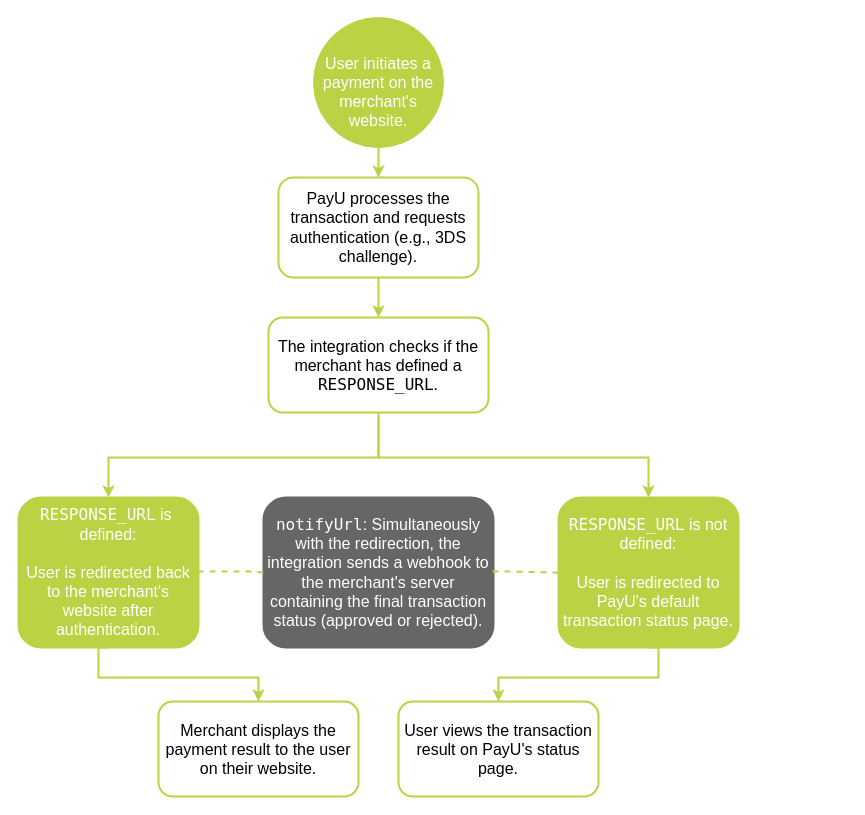
Before: layouts/shortcodes/3dsAuth/3dsflow.drawio in tatianaacostag/DevelopersDoc_site, a draw.io diagram. Source tidied: cells renumbered, new cells numbered last; positions are measured from the earlier drawing's top-left corner, leaving out a move shared by most shapes. Both pictures are drawn from the tidied source at 100%, with x=0, y=0 at pixel (18, 17).
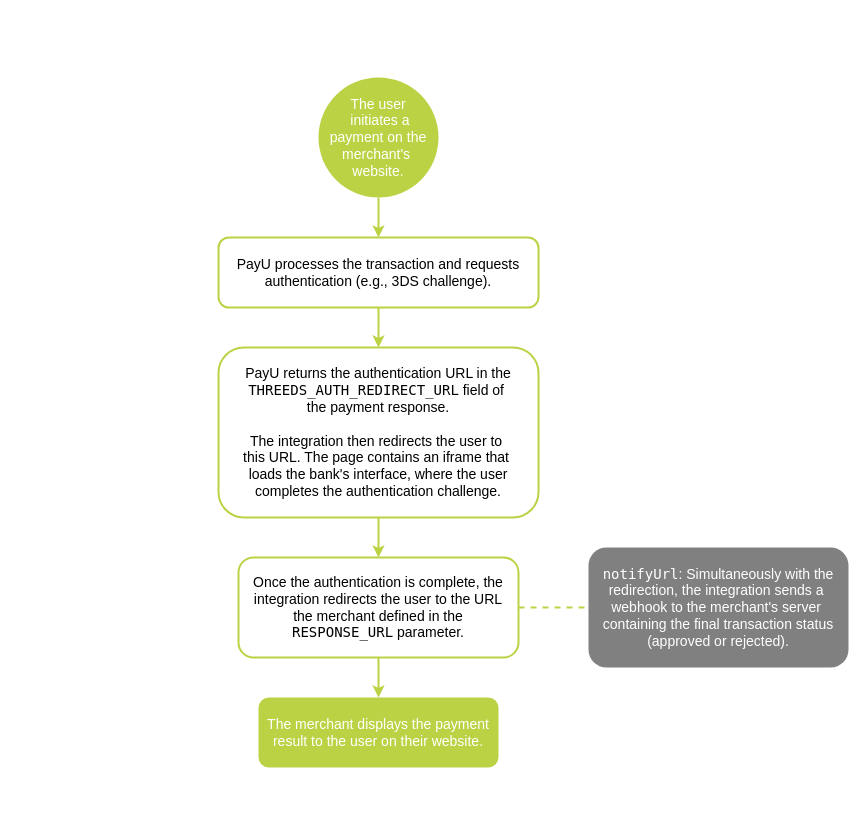
After the change.

Diff of the diagram source:
```diff
@@
-    <mxCell id="2" style="edgeStyle=orthogonalEdgeStyle;rounded=0;jettySize=auto;html=1;exitX=0.5;exitY=1;exitDx=0;exitDy=0;entryX=0.5;entryY=0;entryDx=0;entryDy=0;strokeColor=#BCD245;strokeWidth=2;" parent="1" edge="1" source="7" target="4">
-      <mxGeometry relative="1" as="geometry" />
-    </mxCell>
-    <mxCell id="3" style="edgeStyle=orthogonalEdgeStyle;rounded=0;jettySize=auto;html=1;exitX=0.5;exitY=1;exitDx=0;exitDy=0;entryX=0.5;entryY=0;entryDx=0;entryDy=0;strokeColor=#BCD245;strokeWidth=2;" parent="1" edge="1" source="4" target="5">
-      <mxGeometry relative="1" as="geometry" />
-    </mxCell>
+    <mxCell id="18" style="edgeStyle=orthogonalEdgeStyle;rounded=0;jettySize=auto;html=1;entryX=0.5;entryY=0;entryDx=0;entryDy=0;strokeColor=#BCD245;strokeWidth=2;" parent="1" edge="1" source="19" target="4">
+      <mxGeometry relative="1" as="geometry" />
+    </mxCell>
+    <mxCell id="19" value="&lt;font style=&quot;color: rgb(255, 255, 255); font-size: 14px;&quot;&gt;The user&lt;/font&gt;&lt;div&gt;&lt;font style=&quot;color: rgb(255, 255, 255); font-size: 14px;&quot;&gt;&amp;nbsp;initiates a payment&amp;nbsp;&lt;/font&gt;&lt;span style=&quot;color: light-dark(rgb(255, 255, 255), rgb(18, 18, 18)); font-size: 14px; background-color: transparent;&quot;&gt;on the merchant's&amp;nbsp;&lt;/span&gt;&lt;/div&gt;&lt;div&gt;&lt;font style=&quot;color: rgb(255, 255, 255); font-size: 14px;&quot;&gt;website.&lt;/font&gt;&lt;/div&gt;" style="ellipse;whiteSpace=wrap;html=1;fillColor=#BCD245;strokeColor=none;" parent="1" vertex="1">
+      <mxGeometry x="300" y="60" width="120" height="120" as="geometry" />
+    </mxCell>
+    <mxCell id="20" style="edgeStyle=orthogonalEdgeStyle;rounded=0;jettySize=auto;html=1;exitX=0.5;exitY=1;exitDx=0;exitDy=0;strokeWidth=2;strokeColor=#BCD245;" parent="1" edge="1" source="4" target="22">
+      <mxGeometry relative="1" as="geometry" />
+    </mxCell>
-    <mxCell id="4" value="&lt;font style=&quot;font-size: 16px;&quot;&gt;PayU processes the transaction and requests authentication (e.g., 3DS challenge).&lt;/font&gt;" style="rounded=1;whiteSpace=wrap;html=1;strokeColor=#BCD245;strokeWidth=2;" parent="1" vertex="1">
-      <mxGeometry x="260" y="160" width="200" height="100" as="geometry" />
+    <mxCell id="4" value="&lt;font style=&quot;font-size: 14px;&quot;&gt;PayU processes the transaction and requests authentication (e.g., 3DS challenge).&lt;/font&gt;" style="rounded=1;whiteSpace=wrap;html=1;strokeColor=#BCD245;strokeWidth=2;" parent="1" vertex="1">
+      <mxGeometry x="200" y="220" width="320" height="70" as="geometry" />
     </mxCell>
-    <mxCell id="5" value="&lt;font style=&quot;font-size: 16px;&quot;&gt;&lt;font style=&quot;&quot; face=&quot;Arial, sans-serif&quot;&gt;The integration checks if the merchant has defined a &lt;/font&gt;&lt;font style=&quot;&quot; face=&quot;Lucida Console&quot;&gt;RESPONSE_URL&lt;/font&gt;&lt;font style=&quot;&quot; face=&quot;Arial, sans-serif&quot;&gt;.&lt;/font&gt;&lt;/font&gt;" style="rounded=1;whiteSpace=wrap;html=1;strokeColor=#BCD245;strokeWidth=2;" parent="1" vertex="1">
-      <mxGeometry x="250" y="300" width="220" height="95" as="geometry" />
-    </mxCell>
-    <mxCell id="6" style="edgeStyle=orthogonalEdgeStyle;rounded=0;jettySize=auto;html=1;entryX=0.5;entryY=1;entryDx=0;entryDy=0;strokeColor=#BCD245;endArrow=none;endFill=0;strokeWidth=2;exitX=0.5;exitY=0;exitDx=0;exitDy=0;startArrow=classic;startFill=1;" parent="1" edge="1" source="8" target="5">
-      <mxGeometry relative="1" as="geometry">
-        <Array as="points">
-          <mxPoint x="90" y="440" />
-          <mxPoint x="360" y="440" />
-        </Array>
-      </mxGeometry>
-    </mxCell>
-    <mxCell id="7" value="&lt;div&gt;&lt;font style=&quot;font-size: 16px;&quot; color=&quot;#ffffff&quot;&gt;&lt;br&gt;&lt;/font&gt;&lt;/div&gt;&lt;font style=&quot;font-size: 16px;&quot; color=&quot;#ffffff&quot;&gt;User initiates a payment on the merchant's website.&lt;/font&gt;" style="ellipse;whiteSpace=wrap;html=1;strokeColor=#BCD245;fillColor=#BCD245;" parent="1" vertex="1">
-      <mxGeometry x="295" width="130" height="130" as="geometry" />
-    </mxCell>
-    <mxCell id="8" value="&lt;div&gt;&lt;font style=&quot;font-size: 16px;&quot; color=&quot;#ffffff&quot;&gt;&lt;font style=&quot;&quot; face=&quot;Lucida Console&quot;&gt;RESPONSE_URL&lt;/font&gt;&lt;font style=&quot;&quot; face=&quot;Arial, sans-serif&quot;&gt; is&amp;nbsp;&lt;/font&gt;&lt;/font&gt;&lt;/div&gt;&lt;div&gt;&lt;font style=&quot;font-size: 16px;&quot; color=&quot;#ffffff&quot;&gt;&lt;font style=&quot;&quot; face=&quot;Arial, sans-serif&quot;&gt;defined:&lt;/font&gt;&lt;/font&gt;&lt;div&gt;&lt;font style=&quot;font-size: 16px;&quot; color=&quot;#ffffff&quot;&gt;&lt;br style=&quot;font-family: Arial, sans-serif;&quot;&gt;&lt;span style=&quot;font-family: Arial, sans-serif;&quot;&gt;User is redirected back to the merchant's website after authentication.&lt;/span&gt;&lt;/font&gt;&lt;/div&gt;&lt;/div&gt;" style="rounded=1;whiteSpace=wrap;html=1;strokeColor=#BCD245;strokeWidth=2;fillColor=#BCD245;" parent="1" vertex="1">
-      <mxGeometry y="480" width="180" height="150" as="geometry" />
-    </mxCell>
-    <mxCell id="9" style="edgeStyle=orthogonalEdgeStyle;rounded=0;jettySize=auto;html=1;strokeColor=#BCD245;endArrow=none;endFill=0;strokeWidth=2;exitX=0.5;exitY=0;exitDx=0;exitDy=0;startArrow=classic;startFill=1;" parent="1" edge="1" source="10">
-      <mxGeometry relative="1" as="geometry">
-        <mxPoint x="360" y="400" as="targetPoint" />
-        <Array as="points">
-          <mxPoint x="630" y="440" />
-          <mxPoint x="360" y="440" />
-        </Array>
-      </mxGeometry>
-    </mxCell>
-    <mxCell id="10" value="&lt;div&gt;&lt;font style=&quot;font-size: 16px;&quot; color=&quot;#ffffff&quot;&gt;&lt;font style=&quot;&quot; face=&quot;Lucida Console&quot;&gt;RESPONSE_URL&lt;/font&gt;&lt;font style=&quot;&quot; face=&quot;Arial, sans-serif&quot;&gt; is not defined:&lt;/font&gt;&lt;/font&gt;&lt;div&gt;&lt;font style=&quot;font-size: 16px;&quot; color=&quot;#ffffff&quot;&gt;&lt;br style=&quot;font-family: Arial, sans-serif;&quot;&gt;&lt;span style=&quot;font-family: Arial, sans-serif;&quot;&gt;User is redirected to PayU's default transaction status page&lt;/span&gt;&lt;span style=&quot;font-family: Arial, sans-serif;&quot;&gt;.&lt;/span&gt;&lt;/font&gt;&lt;/div&gt;&lt;/div&gt;" style="rounded=1;whiteSpace=wrap;html=1;strokeColor=#BCD245;strokeWidth=2;fillColor=#BCD245;" parent="1" vertex="1">
-      <mxGeometry x="540" y="480" width="180" height="150" as="geometry" />
-    </mxCell>
-    <mxCell id="11" value="&lt;span style=&quot;font-family: Arial, sans-serif; font-size: medium;&quot;&gt;Merchant displays the payment result to the user on their website.&lt;/span&gt;" style="rounded=1;whiteSpace=wrap;html=1;strokeColor=#BCD245;strokeWidth=2;" parent="1" vertex="1">
-      <mxGeometry x="140" y="684" width="200" height="95" as="geometry" />
-    </mxCell>
-    <mxCell id="12" style="edgeStyle=orthogonalEdgeStyle;rounded=0;jettySize=auto;html=1;entryX=0.5;entryY=0;entryDx=0;entryDy=0;strokeColor=#BCD245;strokeWidth=2;exitX=0.5;exitY=1;exitDx=0;exitDy=0;" parent="1" edge="1" source="8" target="11">
-      <mxGeometry relative="1" as="geometry">
-        <Array as="points">
-          <mxPoint x="80" y="660" />
-          <mxPoint x="240" y="660" />
-        </Array>
-      </mxGeometry>
-    </mxCell>
-    <mxCell id="13" value="&lt;span style=&quot;font-family: Arial, sans-serif; font-size: medium;&quot;&gt;User views the transaction result on PayU's status page.&lt;/span&gt;" style="rounded=1;whiteSpace=wrap;html=1;strokeColor=#BCD245;strokeWidth=2;" parent="1" vertex="1">
-      <mxGeometry x="380" y="684" width="200" height="95" as="geometry" />
-    </mxCell>
-    <mxCell id="14" style="edgeStyle=orthogonalEdgeStyle;rounded=0;jettySize=auto;html=1;entryX=0.5;entryY=0;entryDx=0;entryDy=0;strokeColor=#BCD245;strokeWidth=2;exitX=0.5;exitY=1;exitDx=0;exitDy=0;" parent="1" edge="1" source="10" target="13">
-      <mxGeometry relative="1" as="geometry">
-        <Array as="points">
-          <mxPoint x="640" y="660" />
-          <mxPoint x="480" y="660" />
-        </Array>
-      </mxGeometry>
-    </mxCell>
+    <mxCell id="21" style="edgeStyle=orthogonalEdgeStyle;rounded=0;jettySize=auto;html=1;entryX=0.5;entryY=0;entryDx=0;entryDy=0;strokeWidth=2;strokeColor=#BCD245;" parent="1" edge="1" source="22" target="25">
+      <mxGeometry relative="1" as="geometry" />
+    </mxCell>
+    <mxCell id="22" value="&lt;font style=&quot;font-size: 14px;&quot;&gt;PayU returns the authentication URL in the &lt;font face=&quot;Lucida Console&quot;&gt;THREEDS_AUTH_REDIRECT_URL&lt;/font&gt; field of&amp;nbsp;&lt;/font&gt;&lt;div&gt;&lt;font style=&quot;font-size: 14px;&quot;&gt;the payment response.&lt;/font&gt;&lt;div&gt;&lt;span style=&quot;font-size: 14px;&quot;&gt;&lt;br&gt;&lt;/span&gt;&lt;/div&gt;&lt;div&gt;&lt;span style=&quot;font-size: 14px;&quot;&gt;The integration then redirects the user to&amp;nbsp;&lt;/span&gt;&lt;/div&gt;&lt;div&gt;&lt;span style=&quot;font-size: 14px;&quot;&gt;this URL. The page contains an iframe that&amp;nbsp;&lt;/span&gt;&lt;/div&gt;&lt;div&gt;&lt;span style=&quot;font-size: 14px;&quot;&gt;loads the&amp;nbsp;&lt;/span&gt;&lt;span style=&quot;font-size: 14px; background-color: transparent; color: light-dark(rgb(0, 0, 0), rgb(255, 255, 255));&quot;&gt;bank's interface, where the user completes&amp;nbsp;&lt;/span&gt;&lt;span style=&quot;font-size: 14px; background-color: transparent; color: light-dark(rgb(0, 0, 0), rgb(255, 255, 255));&quot;&gt;the authentication challenge.&lt;/span&gt;&lt;/div&gt;&lt;/div&gt;" style="rounded=1;whiteSpace=wrap;html=1;strokeColor=#BCD245;strokeWidth=2;" parent="1" vertex="1">
+      <mxGeometry x="200" y="330" width="320" height="170" as="geometry" />
+    </mxCell>
+    <mxCell id="23" style="edgeStyle=orthogonalEdgeStyle;rounded=0;jettySize=auto;html=1;exitX=0.5;exitY=1;exitDx=0;exitDy=0;entryX=0.5;entryY=0;entryDx=0;entryDy=0;strokeWidth=2;strokeColor=#BCD245;" parent="1" edge="1" source="25" target="26">
+      <mxGeometry relative="1" as="geometry" />
+    </mxCell>
+    <mxCell id="24" style="edgeStyle=orthogonalEdgeStyle;rounded=0;jettySize=auto;html=1;entryX=0;entryY=0.5;entryDx=0;entryDy=0;strokeWidth=2;strokeColor=#BCD245;dashed=1;endArrow=none;startFill=0;" parent="1" edge="1" source="25" target="15">
+      <mxGeometry relative="1" as="geometry" />
+    </mxCell>
+    <mxCell id="25" value="&lt;font style=&quot;font-size: 14px;&quot;&gt;Once the authentication is complete, the&lt;/font&gt;&lt;div&gt;&lt;font style=&quot;font-size: 14px;&quot;&gt;integration redirects the user to the URL&lt;/font&gt;&lt;/div&gt;&lt;div&gt;&lt;font style=&quot;font-size: 14px;&quot;&gt;the merchant defined in the&lt;/font&gt;&lt;/div&gt;&lt;div&gt;&lt;font style=&quot;font-size: 14px;&quot;&gt;&lt;font face=&quot;Lucida Console&quot;&gt;RESPONSE_URL&lt;/font&gt; parameter.&lt;/font&gt;&lt;/div&gt;" style="rounded=1;whiteSpace=wrap;html=1;strokeColor=#BCD245;strokeWidth=2;" parent="1" vertex="1">
+      <mxGeometry x="220" y="540" width="280" height="100" as="geometry" />
+    </mxCell>
+    <mxCell id="26" value="&lt;font color=&quot;#ffffff&quot;&gt;&lt;span style=&quot;font-size: 14px;&quot;&gt;The merchant displays the payment&lt;/span&gt;&lt;/font&gt;&lt;div&gt;&lt;font color=&quot;#ffffff&quot;&gt;&lt;span style=&quot;font-size: 14px;&quot;&gt;result to the user on their website.&lt;/span&gt;&lt;/font&gt;&lt;/div&gt;" style="rounded=1;whiteSpace=wrap;html=1;strokeColor=none;strokeWidth=2;fillColor=#BCD245;" parent="1" vertex="1">
+      <mxGeometry x="240" y="680" width="240" height="70" as="geometry" />
+    </mxCell>
-    <mxCell id="15" value="&lt;font style=&quot;font-size: 16px;&quot; color=&quot;#ffffff&quot;&gt;&lt;font style=&quot;&quot; face=&quot;Lucida Console&quot;&gt;notifyUrl&lt;/font&gt;&lt;span style=&quot;font-family: Arial, sans-serif;&quot;&gt;:&lt;/span&gt;&lt;strong style=&quot;font-family: Arial, sans-serif;&quot;&gt; &lt;/strong&gt;&lt;/font&gt;&lt;font style=&quot;font-size: 16px;&quot; color=&quot;#ffffff&quot;&gt;Simultaneously with the redirection, the integration sends a webhook to the merchant's server containing the final transaction status (approved or rejected).&lt;/font&gt;" style="rounded=1;whiteSpace=wrap;html=1;strokeColor=#666666;strokeWidth=2;fillColor=#666666;" parent="1" vertex="1">
-      <mxGeometry x="245" y="480" width="230" height="150" as="geometry" />
+    <mxCell id="15" value="&lt;div&gt;&lt;font style=&quot;font-size: 14px; color: rgb(255, 255, 255);&quot;&gt;&lt;font face=&quot;Lucida Console&quot;&gt;notifyUrl&lt;/font&gt;: Simultaneously with the redirection, the integration sends a&amp;nbsp;&lt;/font&gt;&lt;/div&gt;&lt;div&gt;&lt;font style=&quot;font-size: 14px; color: rgb(255, 255, 255);&quot;&gt;webhook to the merchant's server&amp;nbsp;&lt;/font&gt;&lt;/div&gt;&lt;div&gt;&lt;font style=&quot;font-size: 14px; color: rgb(255, 255, 255);&quot;&gt;containing the final transaction status (approved or rejected).&lt;/font&gt;&lt;/div&gt;" style="rounded=1;whiteSpace=wrap;html=1;strokeColor=none;strokeWidth=2;fillColor=#808080;" parent="1" vertex="1">
+      <mxGeometry x="570" y="530" width="260" height="120" as="geometry" />
     </mxCell>
-    <mxCell id="16" style="edgeStyle=orthogonalEdgeStyle;rounded=0;jettySize=auto;html=1;entryX=0;entryY=0.5;entryDx=0;entryDy=0;strokeColor=#BCD245;endArrow=none;endFill=0;dashed=1;strokeWidth=2;exitX=1;exitY=0.5;exitDx=0;exitDy=0;startArrow=none;startFill=0;" parent="1" edge="1" source="8" target="15">
-      <mxGeometry relative="1" as="geometry">
-        <Array as="points">
-          <mxPoint x="230" y="554" />
-          <mxPoint x="230" y="554" />
-        </Array>
-      </mxGeometry>
-    </mxCell>
-    <mxCell id="17" style="edgeStyle=orthogonalEdgeStyle;rounded=0;jettySize=auto;html=1;strokeColor=#BCD245;endArrow=none;endFill=0;dashed=1;strokeWidth=2;startArrow=none;startFill=0;exitX=1;exitY=0.5;exitDx=0;exitDy=0;entryX=0;entryY=0.5;entryDx=0;entryDy=0;" parent="1" edge="1" source="15" target="10">
-      <mxGeometry relative="1" as="geometry">
-        <Array as="points">
-          <mxPoint x="490" y="554" />
-          <mxPoint x="535" y="554" />
-        </Array>
-      </mxGeometry>
-    </mxCell>
```
